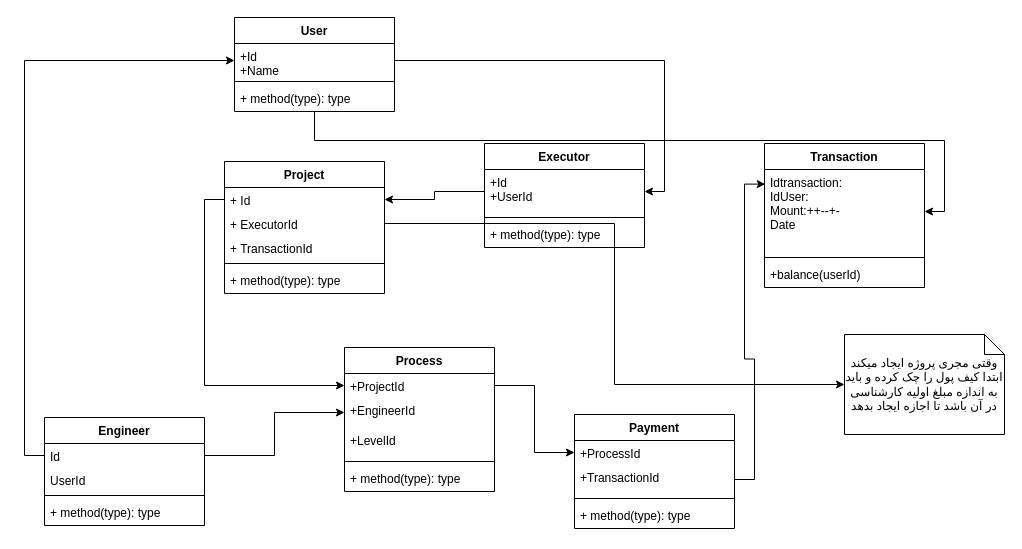
The draw.io diagram GasUnit.drawio in amirkarami-dev/UML-VahedGas, before the edit. Source tidied: cells renumbered, new cells numbered last; positions are measured from the earlier drawing's top-left corner, leaving out a move shared by most shapes. Both pictures are drawn from the tidied source at 100%, with x=0, y=0 at pixel (44, 17).
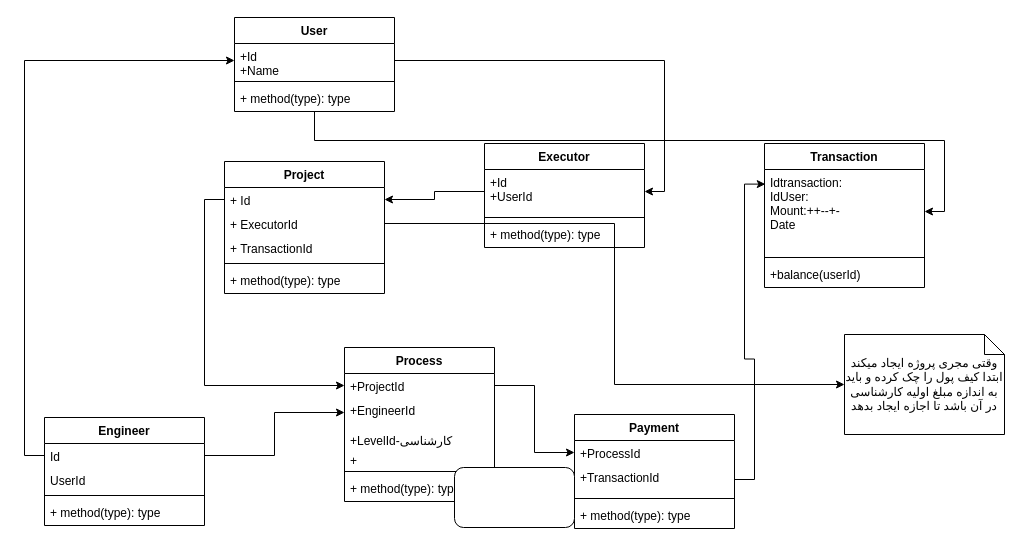
Above is the later version.

The edit, as a diff of the source:
```diff
@@
     <mxCell id="17" value="Process" style="swimlane;fontStyle=1;align=center;verticalAlign=top;horizontal=1;startSize=26;" parent="1" vertex="1">
-      <mxGeometry x="300" y="330" width="150" height="144" as="geometry" />
+      <mxGeometry x="300" y="330" width="150" height="154" as="geometry" />
     </mxCell>
@@
+    <mxCell id="46" value="+LevelId-کارشناسی" style="text;strokeColor=none;fillColor=none;spacingLeft=4;spacingRight=4;overflow=hidden;fontSize=12;" parent="17" vertex="1">
+      <mxGeometry y="80" width="150" height="20" as="geometry" />
+    </mxCell>
-    <mxCell id="20" value="+LevelId" style="text;strokeColor=none;fillColor=none;spacingLeft=4;spacingRight=4;overflow=hidden;fontSize=12;" parent="17" vertex="1">
-      <mxGeometry y="80" width="150" height="30" as="geometry" />
+    <mxCell id="20" value="+" style="text;strokeColor=none;fillColor=none;spacingLeft=4;spacingRight=4;overflow=hidden;fontSize=12;" parent="17" vertex="1">
+      <mxGeometry y="100" width="150" height="20" as="geometry" />
     </mxCell>
     <mxCell id="21" style="line;strokeWidth=1;fillColor=none;align=left;verticalAlign=middle;spacingTop=-1;spacingLeft=3;spacingRight=3;labelPosition=right;" parent="17" vertex="1">
-      <mxGeometry y="110" width="150" height="8" as="geometry" />
+      <mxGeometry y="120" width="150" height="8" as="geometry" />
     </mxCell>
     <mxCell id="22" value="+ method(type): type" style="text;strokeColor=none;fillColor=none;align=left;verticalAlign=top;spacingLeft=4;spacingRight=4;overflow=hidden;" parent="17" vertex="1">
-      <mxGeometry y="118" width="150" height="26" as="geometry" />
+      <mxGeometry y="128" width="150" height="26" as="geometry" />
     </mxCell>
@@
+    <mxCell id="47" style="rounded=1;whiteSpace=wrap;html=1;" parent="1" vertex="1">
+      <mxGeometry x="410" y="450" width="120" height="60" as="geometry" />
+    </mxCell>
```
